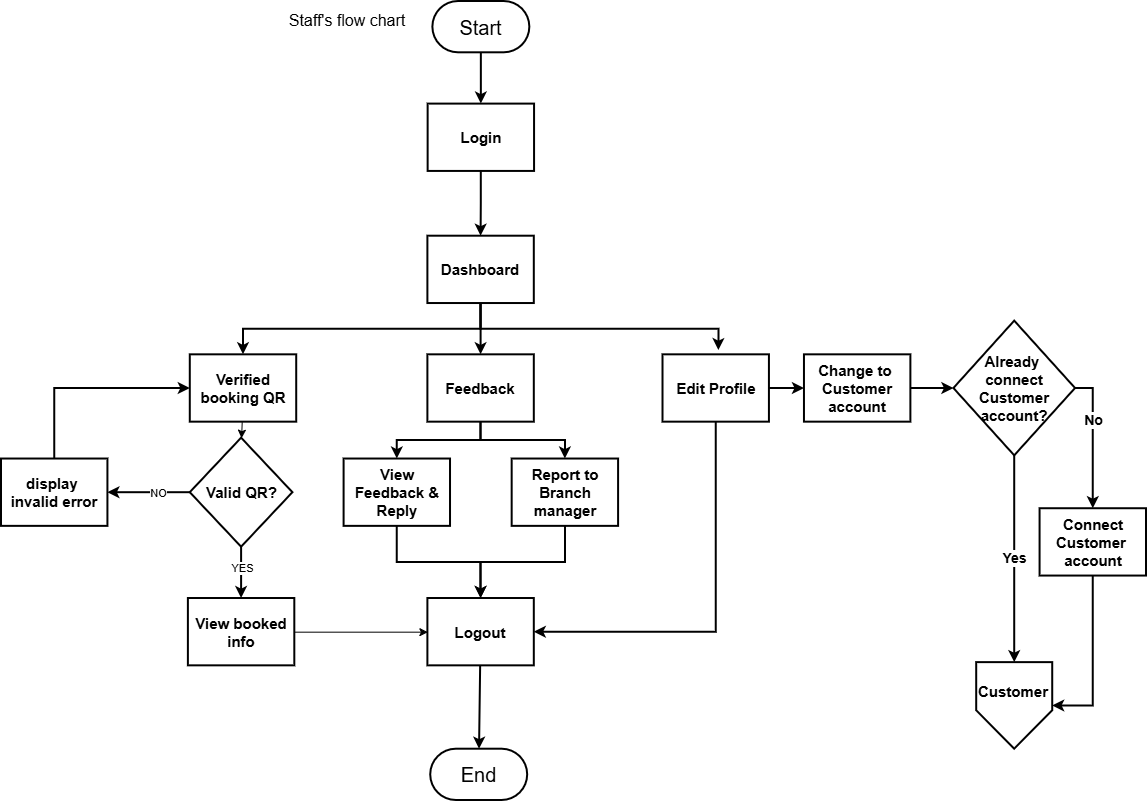
Before: Diagrams/flowchart/save_as_photo/Staff.png, a diagram exported from draw.io (MoleOFKO/Map_And_Pump). Source tidied: cells renumbered, new cells last; positions are measured from the earlier drawing's top-left corner, leaving out a move shared by most shapes.
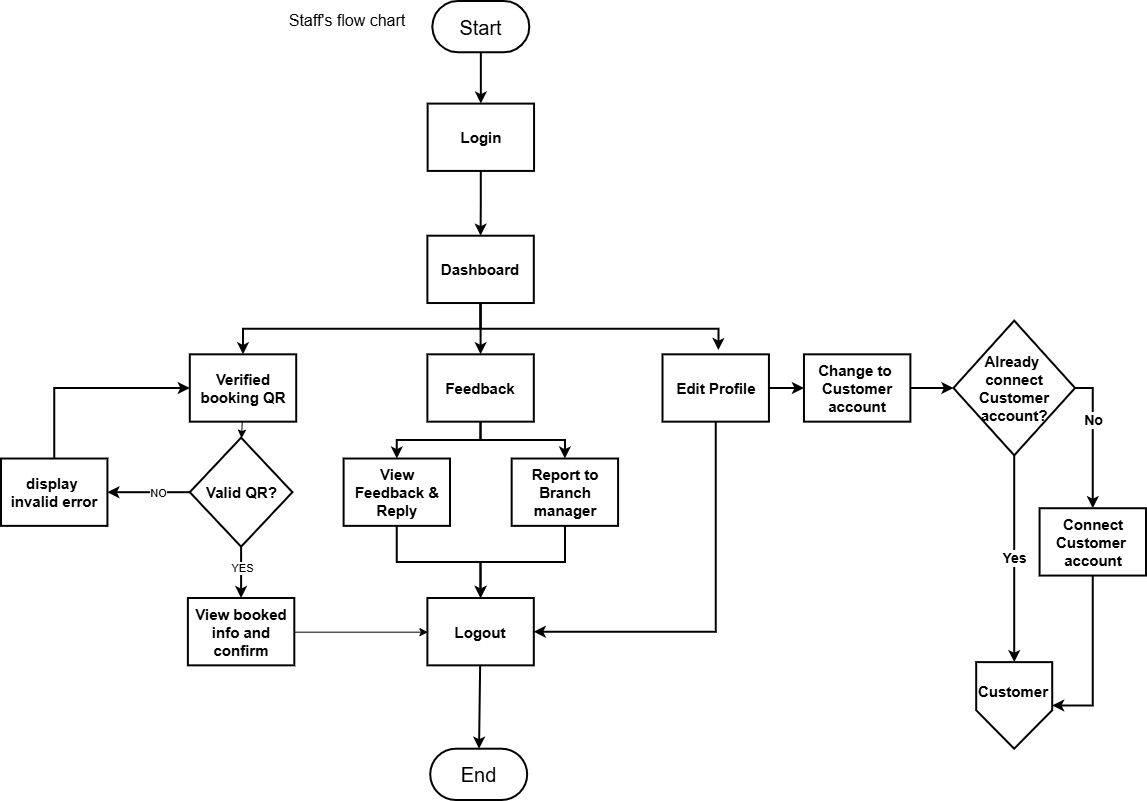
Later version of the same file.

The edit, as a diff of the source:
```diff
@@ -114,7 +114,7 @@
     <mxCell id="37" style="edgeStyle=none;html=1;entryX=0;entryY=0.5;entryDx=0;entryDy=0;" parent="2" edge="1" source="38" target="19">
       <mxGeometry relative="1" as="geometry" />
     </mxCell>
-    <mxCell id="38" value="View booked&lt;div&gt;info&lt;/div&gt;" style="whiteSpace=wrap;html=1;fontSize=15;dashed=0;fontStyle=1;strokeWidth=2;" parent="2" vertex="1">
+    <mxCell id="38" value="View booked&lt;div&gt;info and confirm&lt;/div&gt;" style="whiteSpace=wrap;html=1;fontSize=15;dashed=0;fontStyle=1;strokeWidth=2;" parent="2" vertex="1">
       <mxGeometry x="186.9" y="597" width="106.4" height="67.3" as="geometry" />
     </mxCell>
     <mxCell id="39" style="edgeStyle=orthogonalEdgeStyle;shape=connector;rounded=0;html=1;exitX=0.5;exitY=0;exitDx=0;exitDy=0;entryX=0;entryY=0.5;entryDx=0;entryDy=0;strokeColor=default;strokeWidth=2;align=center;verticalAlign=middle;fontFamily=Helvetica;fontSize=11;fontColor=default;labelBackgroundColor=default;endArrow=classic;" parent="2" edge="1" source="40" target="14">
```
